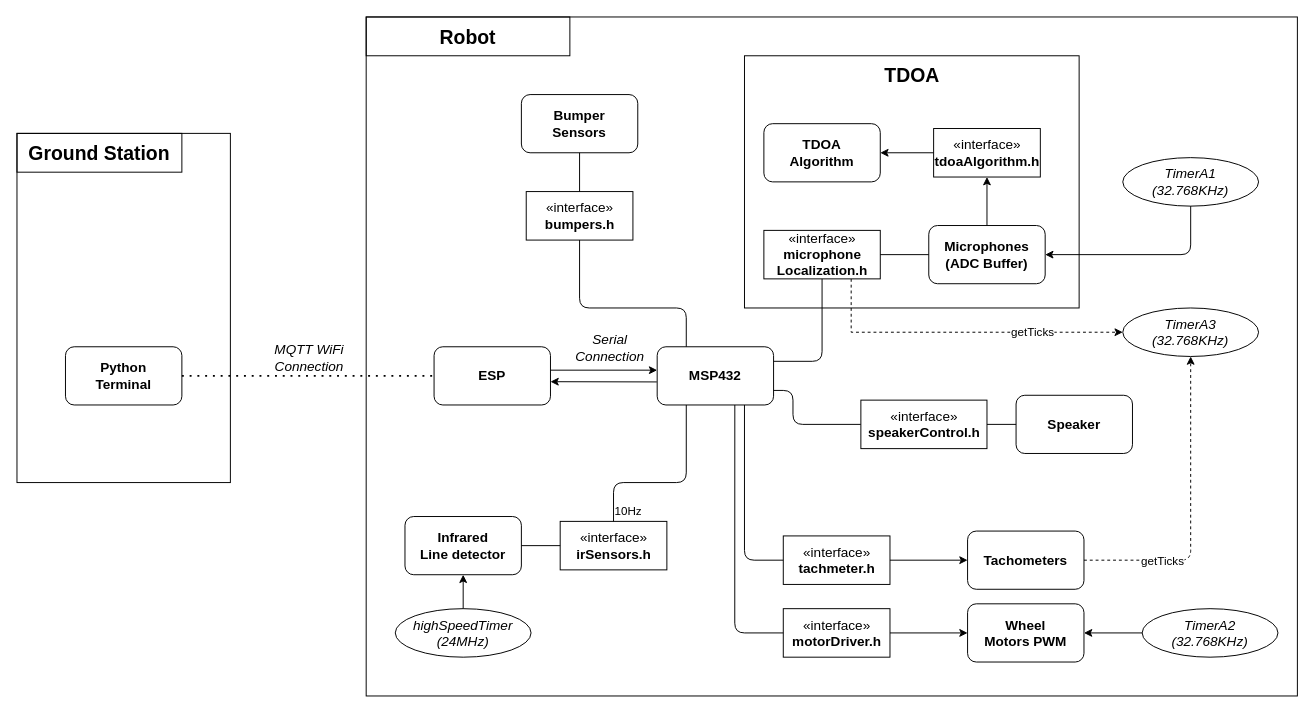
The draw.io diagram documentation/block_diagram.drawio in davidzwa/advanced-iot-lisat, before the edit. Source tidied: cells renumbered, new cells numbered last; positions are measured from the earlier drawing's top-left corner, leaving out a move shared by most shapes. Both pictures are drawn from the tidied source at 97%, with x=0, y=0 at pixel (16, 16).
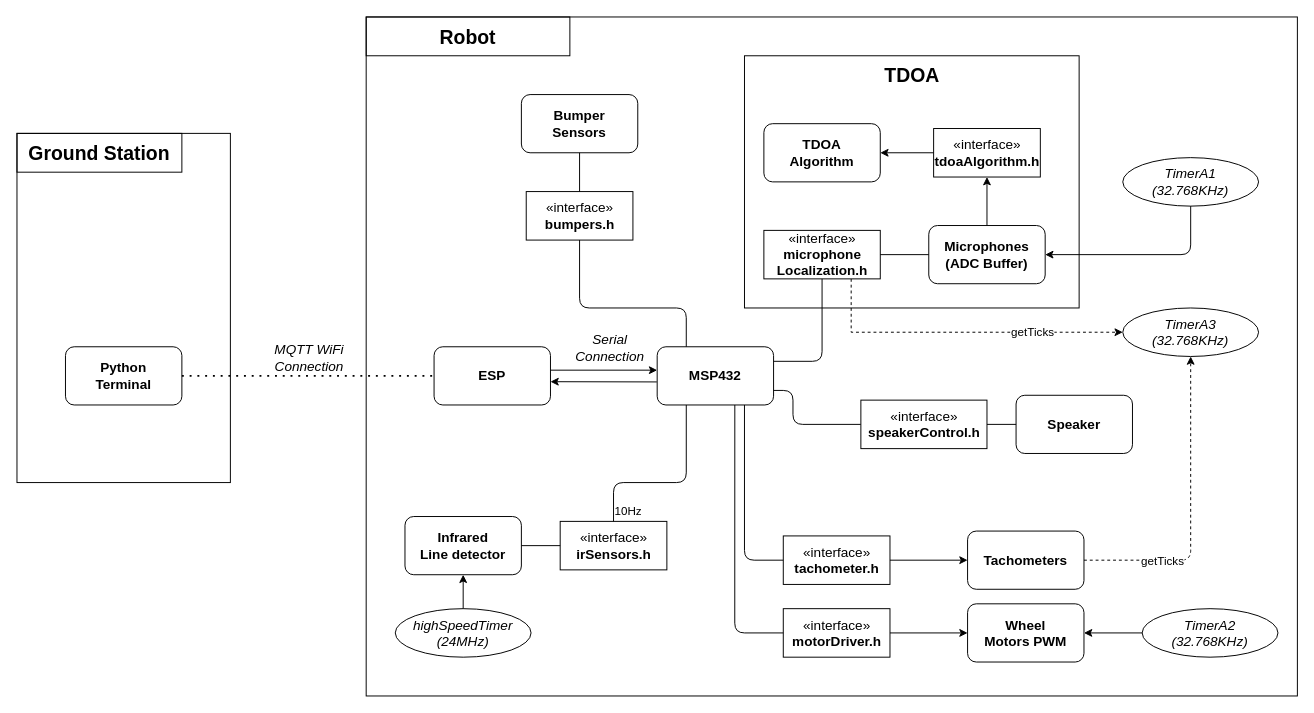
After the change.

The edit, as a diff of the source:
```diff
@@
-    <mxCell id="35" value="«interface»&lt;br style=&quot;font-size: 14px&quot;&gt;&lt;b style=&quot;font-size: 14px&quot;&gt;tachmeter.h&lt;/b&gt;" style="html=1;fontSize=14;" parent="1" vertex="1">
+    <mxCell id="35" value="«interface»&lt;br style=&quot;font-size: 14px&quot;&gt;&lt;b style=&quot;font-size: 14px&quot;&gt;tachometer.h&lt;/b&gt;" style="html=1;fontSize=14;" parent="1" vertex="1">
       <mxGeometry x="790" y="535" width="110" height="50" as="geometry" />
     </mxCell>
```
